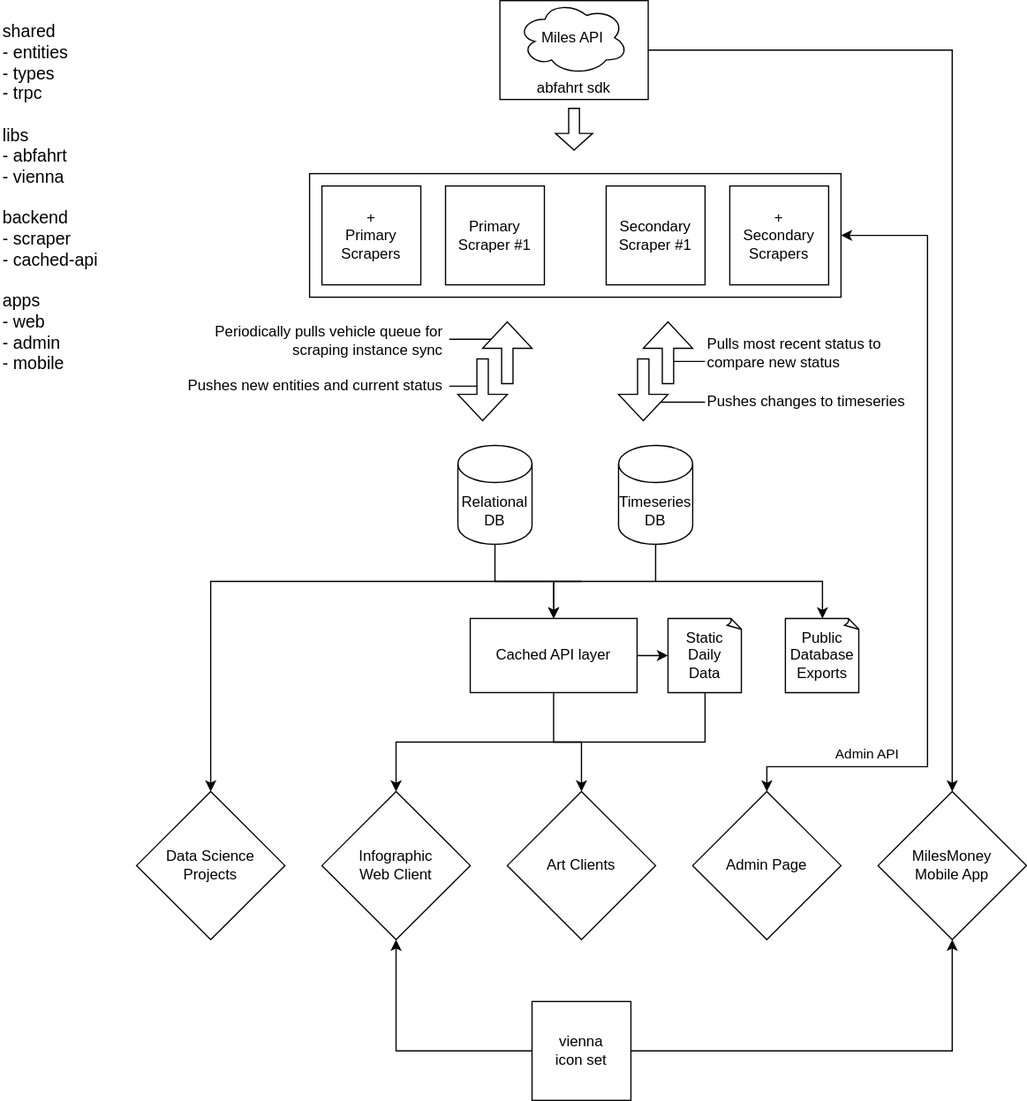
This is docs/Project Structure.drawio.svg from koenidv/vorfahrt, a draw.io export, as it was before one commit. Source tidied: cells renumbered, new cells last; positions are measured from the earlier drawing's top-left corner, leaving out a move shared by most shapes.
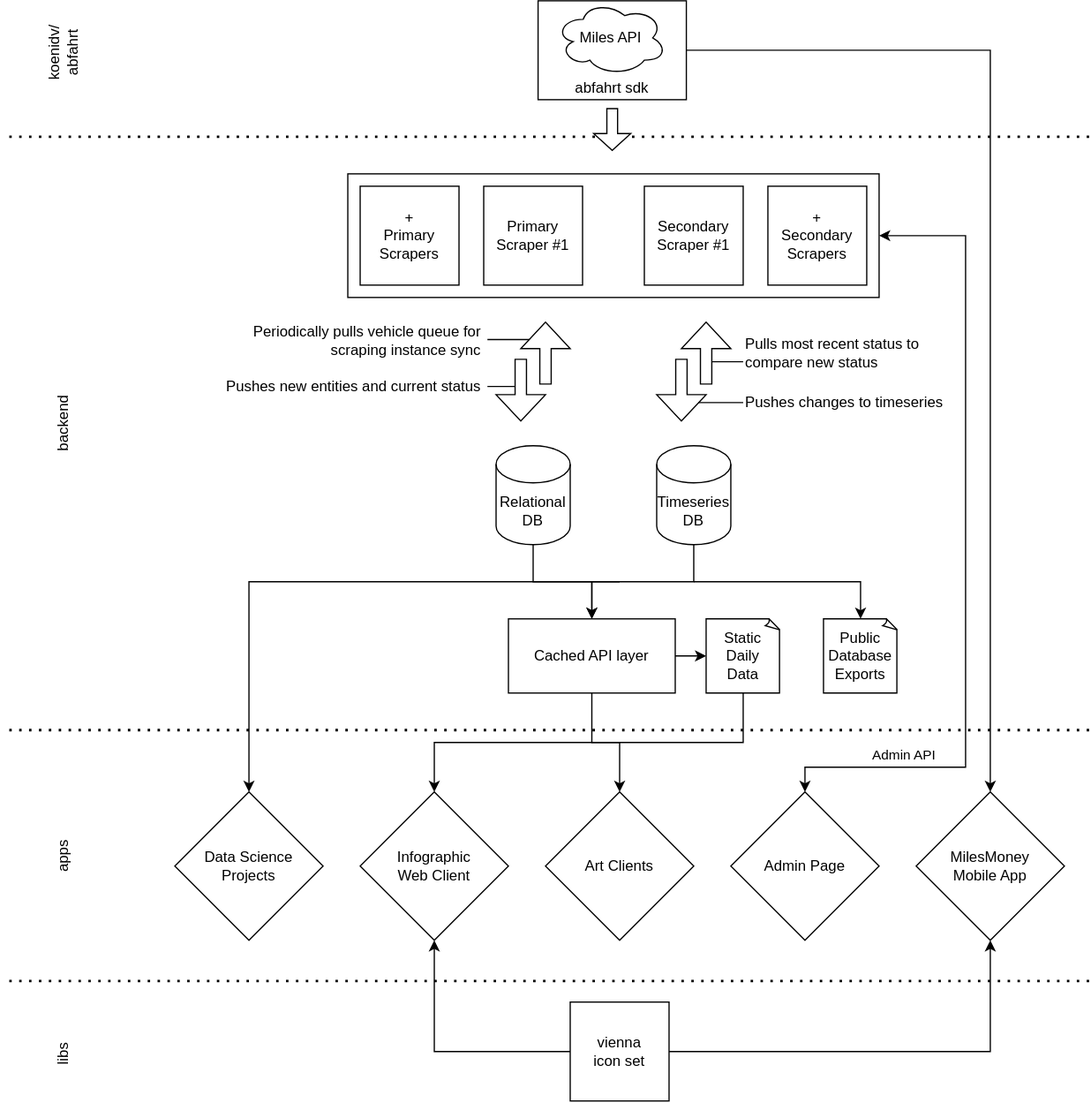
The same diagram one commit later.

The edit, as a diff of the source:
```diff
@@ -2,6 +2,12 @@
   <root>
     <mxCell id="0" />
     <mxCell id="1" parent="0" />
+    <mxCell id="45" style="endArrow=none;dashed=1;html=1;dashPattern=1 3;strokeWidth=2;rounded=0;" parent="1" edge="1">
+      <mxGeometry relative="1" as="geometry">
+        <mxPoint x="850" y="110" as="sourcePoint" />
+        <mxPoint x="-30" y="110" as="targetPoint" />
+      </mxGeometry>
+    </mxCell>
     <mxCell id="2" style="edgeStyle=orthogonalEdgeStyle;rounded=0;jettySize=auto;html=1;" parent="1" edge="1" source="3" target="37">
       <mxGeometry relative="1" as="geometry" />
     </mxCell>
@@ -141,9 +147,6 @@
         </Array>
       </mxGeometry>
     </mxCell>
-    <mxCell id="39" value="shared&lt;br style=&quot;font-size: 14px;&quot;&gt;- entities&lt;br style=&quot;font-size: 14px;&quot;&gt;- types&lt;br style=&quot;font-size: 14px;&quot;&gt;- trpc&lt;br style=&quot;font-size: 14px;&quot;&gt;&lt;br style=&quot;font-size: 14px;&quot;&gt;libs&lt;br style=&quot;font-size: 14px;&quot;&gt;- abfahrt&lt;br style=&quot;font-size: 14px;&quot;&gt;- vienna&lt;br style=&quot;font-size: 14px;&quot;&gt;&lt;br style=&quot;font-size: 14px;&quot;&gt;backend&lt;br style=&quot;font-size: 14px;&quot;&gt;- scraper&lt;br style=&quot;font-size: 14px;&quot;&gt;- cached-api&lt;br style=&quot;font-size: 14px;&quot;&gt;&lt;br style=&quot;font-size: 14px;&quot;&gt;apps&lt;br style=&quot;font-size: 14px;&quot;&gt;- web&lt;br style=&quot;font-size: 14px;&quot;&gt;- admin&lt;br style=&quot;font-size: 14px;&quot;&gt;- mobile" style="text;strokeColor=none;align=left;fillColor=none;html=1;verticalAlign=top;whiteSpace=wrap;rounded=0;fontSize=14;" parent="1" vertex="1">
-      <mxGeometry y="10" width="80" height="270" as="geometry" />
-    </mxCell>
     <mxCell id="40" style="edgeStyle=orthogonalEdgeStyle;rounded=0;jettySize=auto;html=1;entryX=0.5;entryY=1;entryDx=0;entryDy=0;" parent="1" edge="1" source="42" target="33">
       <mxGeometry relative="1" as="geometry" />
     </mxCell>
@@ -164,5 +167,29 @@
         </Array>
       </mxGeometry>
     </mxCell>
+    <mxCell id="46" style="endArrow=none;dashed=1;html=1;dashPattern=1 3;strokeWidth=2;rounded=0;" parent="1" edge="1">
+      <mxGeometry relative="1" as="geometry">
+        <mxPoint x="850" y="590" as="sourcePoint" />
+        <mxPoint x="-30" y="590" as="targetPoint" />
+      </mxGeometry>
+    </mxCell>
+    <mxCell id="47" value="backend" style="text;strokeColor=none;align=center;fillColor=none;html=1;verticalAlign=middle;whiteSpace=wrap;rounded=0;rotation=-90;" parent="1" vertex="1">
+      <mxGeometry x="-10" y="327" width="60" height="30" as="geometry" />
+    </mxCell>
+    <mxCell id="48" style="endArrow=none;dashed=1;html=1;dashPattern=1 3;strokeWidth=2;rounded=0;" parent="1" edge="1">
+      <mxGeometry relative="1" as="geometry">
+        <mxPoint x="850" y="793" as="sourcePoint" />
+        <mxPoint x="-30" y="793" as="targetPoint" />
+      </mxGeometry>
+    </mxCell>
+    <mxCell id="49" value="apps" style="text;strokeColor=none;align=center;fillColor=none;html=1;verticalAlign=middle;whiteSpace=wrap;rounded=0;rotation=-90;" parent="1" vertex="1">
+      <mxGeometry x="-10" y="677" width="60" height="30" as="geometry" />
+    </mxCell>
+    <mxCell id="50" value="libs" style="text;strokeColor=none;align=center;fillColor=none;html=1;verticalAlign=middle;whiteSpace=wrap;rounded=0;rotation=-90;" parent="1" vertex="1">
+      <mxGeometry x="-10" y="837" width="60" height="30" as="geometry" />
+    </mxCell>
+    <mxCell id="51" value="koenidv/&lt;div&gt;abfahrt&lt;/div&gt;" style="text;strokeColor=none;align=center;fillColor=none;html=1;verticalAlign=middle;whiteSpace=wrap;rounded=0;rotation=-90;" parent="1" vertex="1">
+      <mxGeometry x="-10" y="27" width="60" height="30" as="geometry" />
+    </mxCell>
   </root>
 </mxGraphModel>
```
